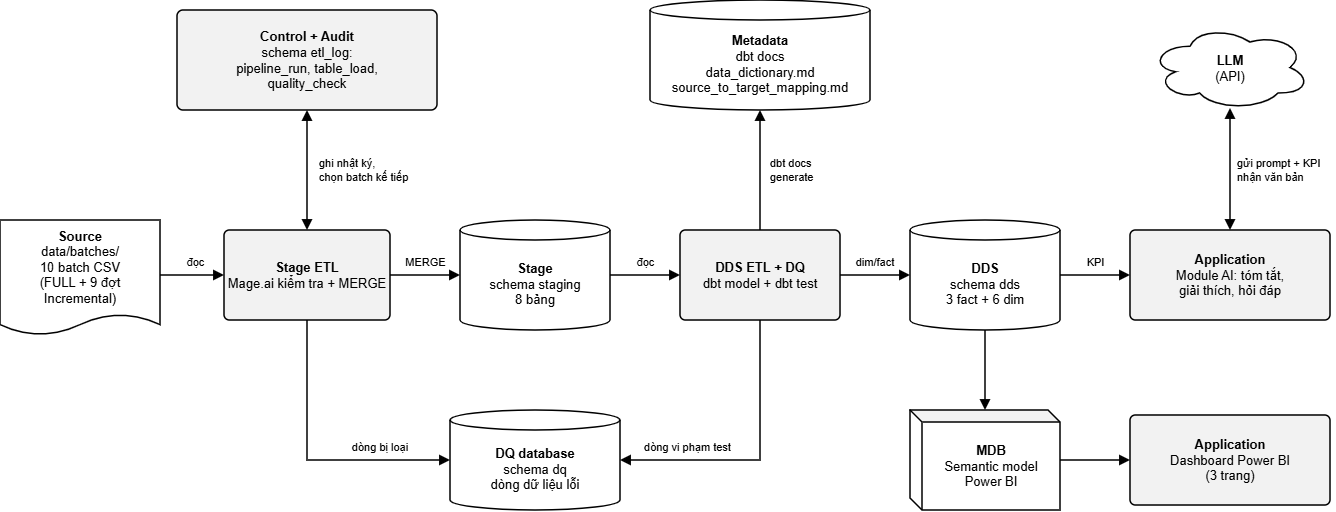
Earlier version of the draw.io export docs/images/data_flow.png (TrucHang676/bi-miniproject). Source tidied: cells renumbered, new cells last; positions are measured from the earlier drawing's top-left corner, leaving out a move shared by most shapes.
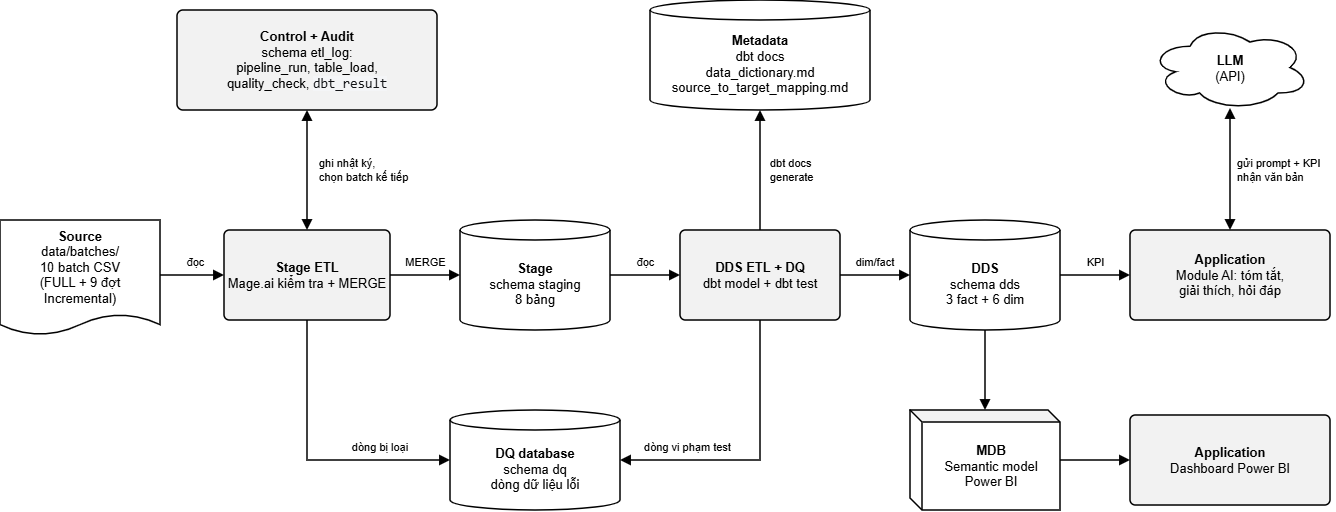
The same file after the commit.

Commit message:
Update data flow diagram in documentation

Change to the diagram source:
```diff
@@ -20,7 +20,7 @@
     <mxCell id="7" value="&lt;b&gt;Application&lt;/b&gt;&lt;br&gt;Module AI: tóm tắt,&lt;br&gt;giải thích, hỏi đáp" style="rounded=1;arcSize=6;fillColor=#F2F2F2;strokeWidth=1.5;fontSize=13;html=1;whiteSpace=wrap;fontFamily=Arial;fontColor=#000000;strokeColor=#000000;" parent="1" vertex="1">
       <mxGeometry x="1130" y="230" width="200" height="90" as="geometry" />
     </mxCell>
-    <mxCell id="8" value="&lt;b&gt;Control + Audit&lt;/b&gt;&lt;br&gt;schema etl_log:&lt;br&gt;pipeline_run, table_load,&lt;br&gt;quality_check" style="rounded=1;arcSize=6;fillColor=#F2F2F2;strokeWidth=1.5;fontSize=13;html=1;whiteSpace=wrap;fontFamily=Arial;fontColor=#000000;strokeColor=#000000;" parent="1" vertex="1">
+    <mxCell id="8" value="&lt;b&gt;Control + Audit&lt;/b&gt;&lt;br&gt;schema etl_log:&lt;br&gt;pipeline_run, table_load,&lt;br&gt;quality_check,&amp;nbsp;&lt;span style=&quot;color: rgb(18, 19, 22); font-family: Consolas, &amp;quot;Cascadia Mono&amp;quot;, monospace; font-size: 13.5px; text-align: start; background-color: rgb(244, 245, 247);&quot;&gt;dbt_result&lt;/span&gt;" style="rounded=1;arcSize=6;fillColor=#F2F2F2;strokeWidth=1.5;fontSize=13;html=1;whiteSpace=wrap;fontFamily=Arial;fontColor=#000000;strokeColor=#000000;" parent="1" vertex="1">
       <mxGeometry x="177" y="10" width="260" height="100" as="geometry" />
     </mxCell>
     <mxCell id="9" value="&lt;b&gt;Metadata&lt;/b&gt;&lt;br&gt;dbt docs&lt;br&gt;data_dictionary.md&lt;br&gt;source_to_target_mapping.md" style="shape=cylinder3;boundedLbl=1;backgroundOutline=1;size=10;fillColor=#FFFFFF;strokeWidth=1.5;fontSize=13;html=1;whiteSpace=wrap;fontFamily=Arial;fontColor=#000000;strokeColor=#000000;" parent="1" vertex="1">
@@ -35,7 +35,7 @@
     <mxCell id="12" value="&lt;b&gt;MDB&lt;/b&gt;&lt;br&gt;Semantic model&lt;br&gt;Power BI" style="shape=cube;boundedLbl=1;size=12;darkOpacity=0.05;fillColor=#FFFFFF;strokeWidth=1.5;fontSize=13;html=1;whiteSpace=wrap;fontFamily=Arial;fontColor=#000000;strokeColor=#000000;" parent="1" vertex="1">
       <mxGeometry x="910" y="410" width="150" height="100" as="geometry" />
     </mxCell>
-    <mxCell id="13" value="&lt;b&gt;Application&lt;/b&gt;&lt;br&gt;Dashboard Power BI&lt;br&gt;(3 trang)" style="rounded=1;arcSize=6;fillColor=#F2F2F2;strokeWidth=1.5;fontSize=13;html=1;whiteSpace=wrap;fontFamily=Arial;fontColor=#000000;strokeColor=#000000;" parent="1" vertex="1">
+    <mxCell id="13" value="&lt;b&gt;Application&lt;/b&gt;&lt;br&gt;Dashboard Power BI" style="rounded=1;arcSize=6;fillColor=#F2F2F2;strokeWidth=1.5;fontSize=13;html=1;whiteSpace=wrap;fontFamily=Arial;fontColor=#000000;strokeColor=#000000;" parent="1" vertex="1">
       <mxGeometry x="1130" y="415" width="200" height="90" as="geometry" />
     </mxCell>
     <mxCell id="14" value="đọc" style="text;html=1;whiteSpace=wrap;fontFamily=Arial;fontColor=#000000;fontSize=11;align=center;verticalAlign=middle;labelBackgroundColor=#FFFFFF;align=center;fontSize=11;" parent="1" vertex="1">
```
